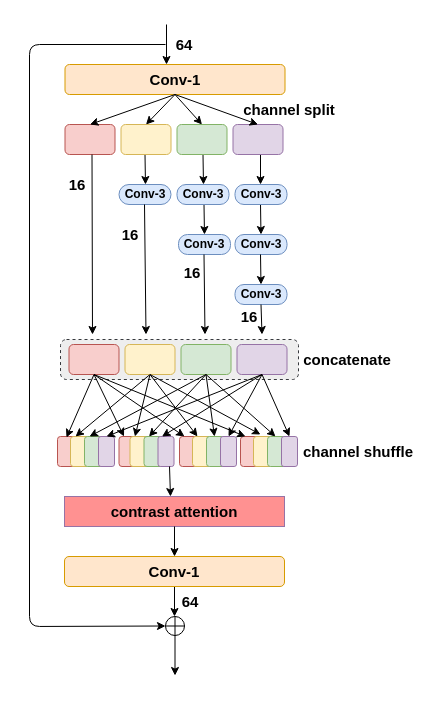
JiaqianLi/TEST keeps this draw.io diagram as MSCFB.drawio. Above is the earlier version. Source tidied: cells renumbered, new cells numbered last; positions are measured from the earlier drawing's top-left corner, leaving out a move shared by most shapes. Both pictures are drawn from the tidied source at 100%, with x=0, y=0 at pixel (17, 24).
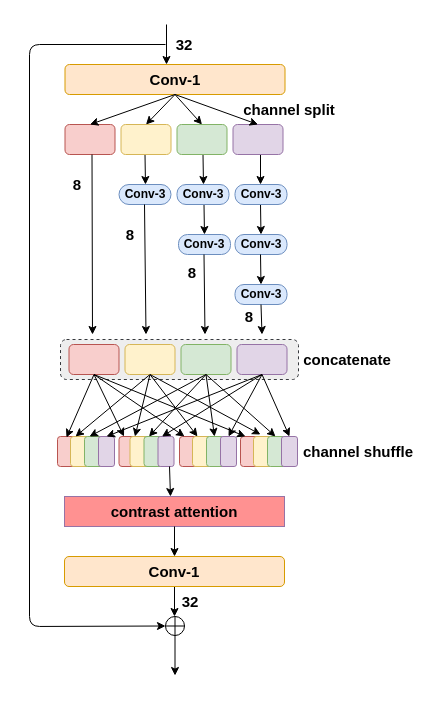
The same diagram, later.

Diff of the diagram source:
```diff
@@
-    <mxCell id="76" value="&lt;b&gt;&lt;font style=&quot;font-size: 15px&quot;&gt;16&lt;/font&gt;&lt;/b&gt;" style="rounded=0;whiteSpace=wrap;html=1;strokeColor=none;fillColor=none;" parent="1" vertex="1">
+    <mxCell id="76" value="&lt;b&gt;&lt;font style=&quot;font-size: 15px&quot;&gt;8&lt;/font&gt;&lt;/b&gt;" style="rounded=0;whiteSpace=wrap;html=1;strokeColor=none;fillColor=none;" parent="1" vertex="1">
       <mxGeometry y="130" width="120" height="60" as="geometry" />
     </mxCell>
-    <mxCell id="77" value="&lt;b&gt;&lt;font style=&quot;font-size: 15px&quot;&gt;16&lt;/font&gt;&lt;/b&gt;" style="rounded=0;whiteSpace=wrap;html=1;strokeColor=none;fillColor=none;" parent="1" vertex="1">
+    <mxCell id="77" value="&lt;b&gt;&lt;font style=&quot;font-size: 15px&quot;&gt;8&lt;/font&gt;&lt;/b&gt;" style="rounded=0;whiteSpace=wrap;html=1;strokeColor=none;fillColor=none;" parent="1" vertex="1">
       <mxGeometry x="53" y="180" width="120" height="60" as="geometry" />
     </mxCell>
-    <mxCell id="78" value="&lt;b&gt;&lt;font style=&quot;font-size: 15px&quot;&gt;16&lt;/font&gt;&lt;/b&gt;" style="rounded=0;whiteSpace=wrap;html=1;strokeColor=none;fillColor=none;" parent="1" vertex="1">
+    <mxCell id="78" value="&lt;b&gt;&lt;font style=&quot;font-size: 15px&quot;&gt;8&lt;/font&gt;&lt;/b&gt;" style="rounded=0;whiteSpace=wrap;html=1;strokeColor=none;fillColor=none;" parent="1" vertex="1">
       <mxGeometry x="115" y="217.5" width="120" height="60" as="geometry" />
     </mxCell>
-    <mxCell id="79" value="&lt;b&gt;&lt;font style=&quot;font-size: 15px&quot;&gt;16&lt;/font&gt;&lt;/b&gt;" style="rounded=0;whiteSpace=wrap;html=1;strokeColor=none;fillColor=none;" parent="1" vertex="1">
+    <mxCell id="79" value="&lt;b&gt;&lt;font style=&quot;font-size: 15px&quot;&gt;8&lt;/font&gt;&lt;/b&gt;" style="rounded=0;whiteSpace=wrap;html=1;strokeColor=none;fillColor=none;" parent="1" vertex="1">
       <mxGeometry x="172" y="262" width="120" height="60" as="geometry" />
     </mxCell>
-    <mxCell id="80" value="&lt;b&gt;&lt;font style=&quot;font-size: 15px&quot;&gt;64&lt;/font&gt;&lt;/b&gt;" style="rounded=0;whiteSpace=wrap;html=1;strokeColor=none;fillColor=none;" parent="1" vertex="1">
+    <mxCell id="80" value="&lt;b&gt;&lt;font style=&quot;font-size: 15px&quot;&gt;32&lt;/font&gt;&lt;/b&gt;" style="rounded=0;whiteSpace=wrap;html=1;strokeColor=none;fillColor=none;" parent="1" vertex="1">
       <mxGeometry x="132" y="2" width="70" height="35" as="geometry" />
     </mxCell>
-    <mxCell id="81" value="&lt;b&gt;&lt;font style=&quot;font-size: 15px&quot;&gt;64&lt;/font&gt;&lt;/b&gt;" style="rounded=0;whiteSpace=wrap;html=1;strokeColor=none;fillColor=none;" parent="1" vertex="1">
+    <mxCell id="81" value="&lt;span style=&quot;font-size: 15px&quot;&gt;&lt;b&gt;32&lt;/b&gt;&lt;/span&gt;" style="rounded=0;whiteSpace=wrap;html=1;strokeColor=none;fillColor=none;" parent="1" vertex="1">
       <mxGeometry x="138" y="559.5" width="70" height="35" as="geometry" />
     </mxCell>
```
